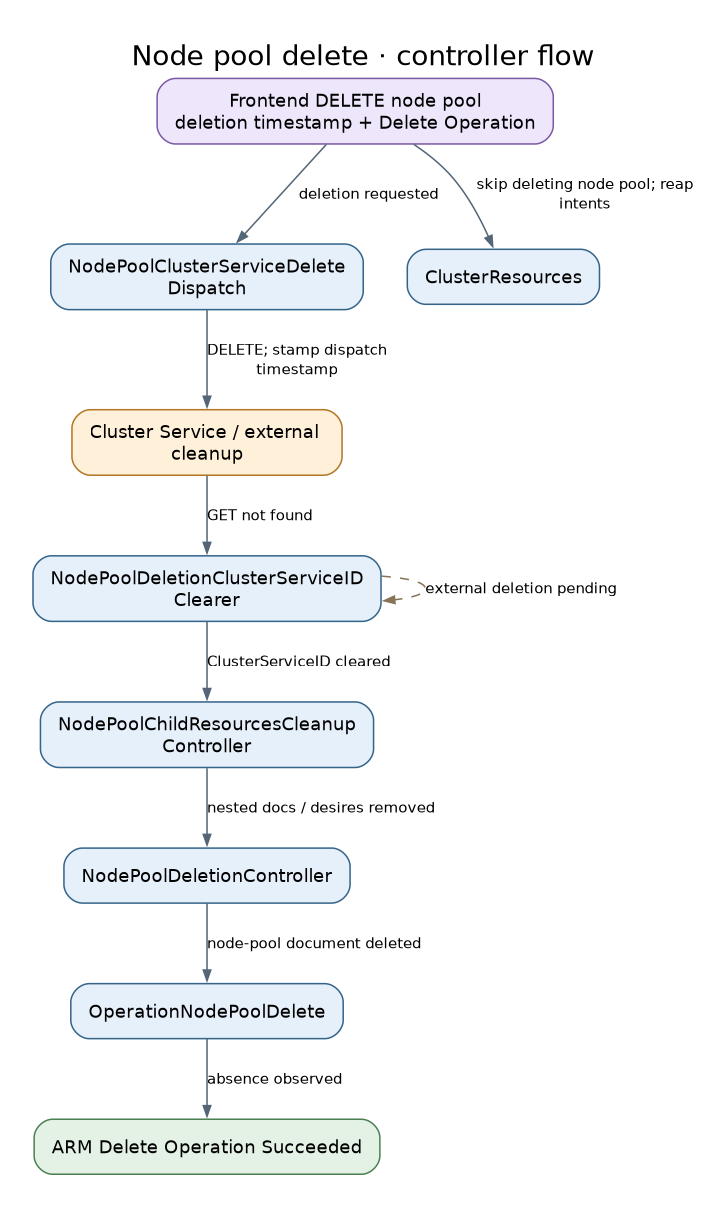
The Graphviz diagram docs/diagrams/controller-flows/nodepool-delete.png in Azure/ARO-HCP, before a commit. Its source is kept beside it as docs/diagrams/controller-flows/nodepool-delete.dot. Its diagram source:
```dot
digraph nodepool_delete {
  graph [rankdir=TB, bgcolor="white", pad="0.3", nodesep="0.4", ranksep="0.55", fontname="DejaVu Sans", fontsize=18, labelloc=t, label="Node pool delete · controller flow", dpi=110];
  node [shape=box, style="rounded,filled", fillcolor="#e6f0fa", color="#35648a", fontname="DejaVu Sans", fontsize=12, margin="0.16,0.10"];
  edge [color="#536577", fontname="DejaVu Sans", fontsize=10, arrowsize=0.7];
  api [label="Frontend DELETE node pool\ndeletion timestamp + Delete Operation", fillcolor="#eee7fb", color="#7b59a4"];
  dispatch [label="NodePoolClusterServiceDelete\nDispatch", fillcolor="#e6f0fa", color="#35648a"];
  cs [label="Cluster Service / external \ncleanup", fillcolor="#fff0da", color="#b27624"];
  clear [label="NodePoolDeletionClusterServiceID\nClearer", fillcolor="#e6f0fa", color="#35648a"];
  resources [label="ClusterResources", fillcolor="#e6f0fa", color="#35648a"];
  cleanup [label="NodePoolChildResourcesCleanup\nController", fillcolor="#e6f0fa", color="#35648a"];
  final [label="NodePoolDeletionController", fillcolor="#e6f0fa", color="#35648a"];
  op [label="OperationNodePoolDelete", fillcolor="#e6f0fa", color="#35648a"];
  done [label="ARM Delete Operation Succeeded", fillcolor="#e4f2e5", color="#4c8053"];
  api -> dispatch [label="deletion requested"];
  api -> resources [label="skip deleting node pool; reap\nintents"];
  dispatch -> cs [label="DELETE; stamp dispatch\ntimestamp"];
  cs -> clear [label="GET not found"];
  clear -> cleanup [label="ClusterServiceID cleared"];
  cleanup -> final [label="nested docs / desires removed"];
  final -> op [label="node-pool document deleted"];
  op -> done [label="absence observed"];
  clear -> clear [label="external deletion pending", style=dashed, color="#857456", constraint=false];
}
```
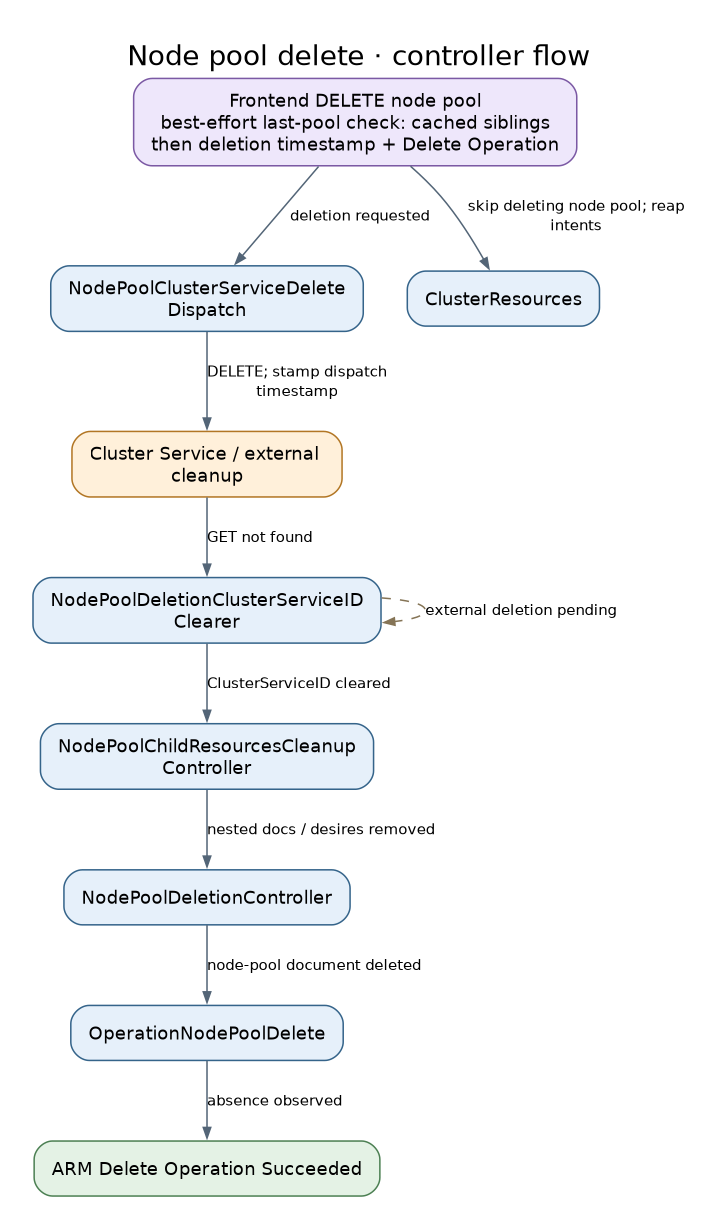
After the commit.

The edit, as a diff of the source:
```diff
@@ -2,7 +2,7 @@
   graph [rankdir=TB, bgcolor="white", pad="0.3", nodesep="0.4", ranksep="0.55", fontname="DejaVu Sans", fontsize=18, labelloc=t, label="Node pool delete · controller flow", dpi=110];
   node [shape=box, style="rounded,filled", fillcolor="#e6f0fa", color="#35648a", fontname="DejaVu Sans", fontsize=12, margin="0.16,0.10"];
   edge [color="#536577", fontname="DejaVu Sans", fontsize=10, arrowsize=0.7];
-  api [label="Frontend DELETE node pool\ndeletion timestamp + Delete Operation", fillcolor="#eee7fb", color="#7b59a4"];
+  api [label="Frontend DELETE node pool\nbest-effort last-pool check: cached siblings\nthen deletion timestamp + Delete Operation", fillcolor="#eee7fb", color="#7b59a4"];
   dispatch [label="NodePoolClusterServiceDelete\nDispatch", fillcolor="#e6f0fa", color="#35648a"];
   cs [label="Cluster Service / external \ncleanup", fillcolor="#fff0da", color="#b27624"];
   clear [label="NodePoolDeletionClusterServiceID\nClearer", fillcolor="#e6f0fa", color="#35648a"];
```
